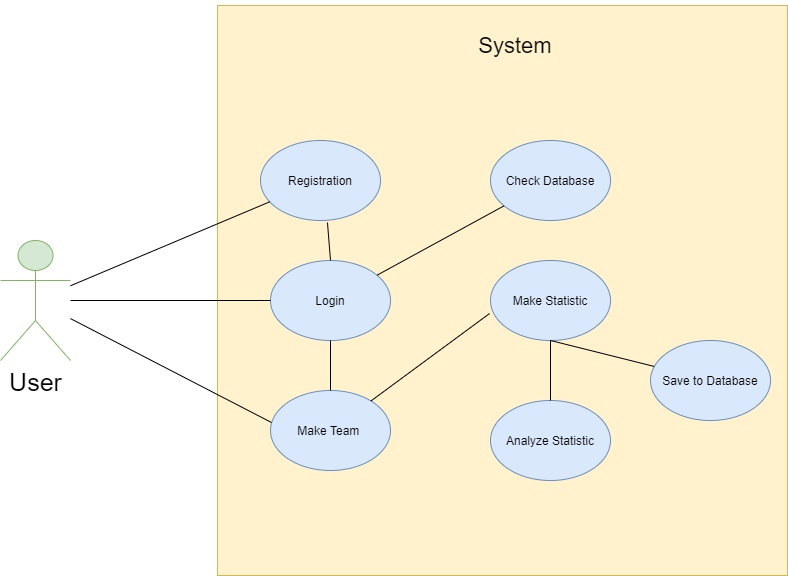
Above: DPU.png in BiM4Bush/Pracownia_Dyplomowa (draw.io), before the change. Source tidied: cells renumbered, new cells last; positions are measured from the earlier drawing's top-left corner, leaving out a move shared by most shapes. The source it was exported from:
```xml
<mxGraphModel>
  <root>
    <mxCell id="0" />
    <mxCell id="1" parent="0" />
    <mxCell id="2" style="whiteSpace=wrap;html=1;fillColor=#fff2cc;strokeColor=#d6b656;" parent="1" vertex="1">
      <mxGeometry x="217" y="5" width="570" height="570" as="geometry" />
    </mxCell>
    <mxCell id="3" value="&lt;font style=&quot;font-size: 25px&quot;&gt;User&lt;/font&gt;" style="shape=umlActor;verticalLabelPosition=bottom;verticalAlign=top;html=1;outlineConnect=0;fillColor=#d5e8d4;strokeColor=#82b366;" parent="1" vertex="1">
      <mxGeometry y="240" width="70" height="120" as="geometry" />
    </mxCell>
    <mxCell id="4" value="Registration" style="ellipse;whiteSpace=wrap;html=1;fillColor=#dae8fc;strokeColor=#6c8ebf;" parent="1" vertex="1">
      <mxGeometry x="260" y="140" width="120" height="80" as="geometry" />
    </mxCell>
    <mxCell id="5" value="Login" style="ellipse;whiteSpace=wrap;html=1;fillColor=#dae8fc;strokeColor=#6c8ebf;" parent="1" vertex="1">
      <mxGeometry x="270" y="260" width="120" height="80" as="geometry" />
    </mxCell>
    <mxCell id="6" value="Check Database" style="ellipse;whiteSpace=wrap;html=1;fillColor=#dae8fc;strokeColor=#6c8ebf;" parent="1" vertex="1">
      <mxGeometry x="490" y="140" width="120" height="80" as="geometry" />
    </mxCell>
    <mxCell id="7" value="Make Team&amp;nbsp;" style="ellipse;whiteSpace=wrap;html=1;fillColor=#dae8fc;strokeColor=#6c8ebf;" parent="1" vertex="1">
      <mxGeometry x="270" y="390" width="120" height="80" as="geometry" />
    </mxCell>
    <mxCell id="8" value="Make Statistic" style="ellipse;whiteSpace=wrap;html=1;fillColor=#dae8fc;strokeColor=#6c8ebf;" parent="1" vertex="1">
      <mxGeometry x="490" y="260" width="120" height="80" as="geometry" />
    </mxCell>
    <mxCell id="9" value="Save to Database" style="ellipse;whiteSpace=wrap;html=1;fillColor=#dae8fc;strokeColor=#6c8ebf;" parent="1" vertex="1">
      <mxGeometry x="650" y="340" width="120" height="80" as="geometry" />
    </mxCell>
    <mxCell id="10" style="endArrow=none;html=1;" parent="1" edge="1" source="4" target="3">
      <mxGeometry relative="1" as="geometry" />
    </mxCell>
    <mxCell id="11" style="endArrow=none;html=1;" parent="1" edge="1" source="5" target="3">
      <mxGeometry relative="1" as="geometry" />
    </mxCell>
    <mxCell id="12" style="endArrow=none;html=1;exitX=0.008;exitY=0.4;exitDx=0;exitDy=0;exitPerimeter=0;" parent="1" edge="1" source="7" target="3">
      <mxGeometry relative="1" as="geometry" />
    </mxCell>
    <mxCell id="13" value="&lt;font style=&quot;font-size: 22px&quot;&gt;System&lt;/font&gt;" style="text;html=1;strokeColor=none;fillColor=none;align=center;verticalAlign=middle;whiteSpace=wrap;rounded=0;" parent="1" vertex="1">
      <mxGeometry x="440" width="150" height="90" as="geometry" />
    </mxCell>
    <mxCell id="14" style="endArrow=none;html=1;entryX=0.558;entryY=1.025;entryDx=0;entryDy=0;entryPerimeter=0;exitX=0.5;exitY=0;exitDx=0;exitDy=0;" parent="1" edge="1" source="5" target="4">
      <mxGeometry relative="1" as="geometry" />
    </mxCell>
    <mxCell id="15" style="endArrow=none;html=1;" parent="1" edge="1" source="7" target="5">
      <mxGeometry relative="1" as="geometry" />
    </mxCell>
    <mxCell id="16" style="endArrow=none;html=1;" parent="1" edge="1" source="5" target="6">
      <mxGeometry relative="1" as="geometry" />
    </mxCell>
    <mxCell id="17" style="endArrow=none;html=1;entryX=-0.008;entryY=0.663;entryDx=0;entryDy=0;entryPerimeter=0;" parent="1" edge="1" source="7" target="8">
      <mxGeometry relative="1" as="geometry" />
    </mxCell>
    <mxCell id="18" style="endArrow=none;html=1;entryX=0.5;entryY=1;entryDx=0;entryDy=0;" parent="1" edge="1" source="9" target="8">
      <mxGeometry relative="1" as="geometry" />
    </mxCell>
    <mxCell id="19" value="Analyze Statistic" style="ellipse;whiteSpace=wrap;html=1;fillColor=#dae8fc;strokeColor=#6c8ebf;" parent="1" vertex="1">
      <mxGeometry x="490" y="400" width="120" height="80" as="geometry" />
    </mxCell>
    <mxCell id="20" style="endArrow=none;html=1;entryX=0.5;entryY=1;entryDx=0;entryDy=0;" parent="1" edge="1" source="19" target="8">
      <mxGeometry relative="1" as="geometry" />
    </mxCell>
  </root>
</mxGraphModel>
```
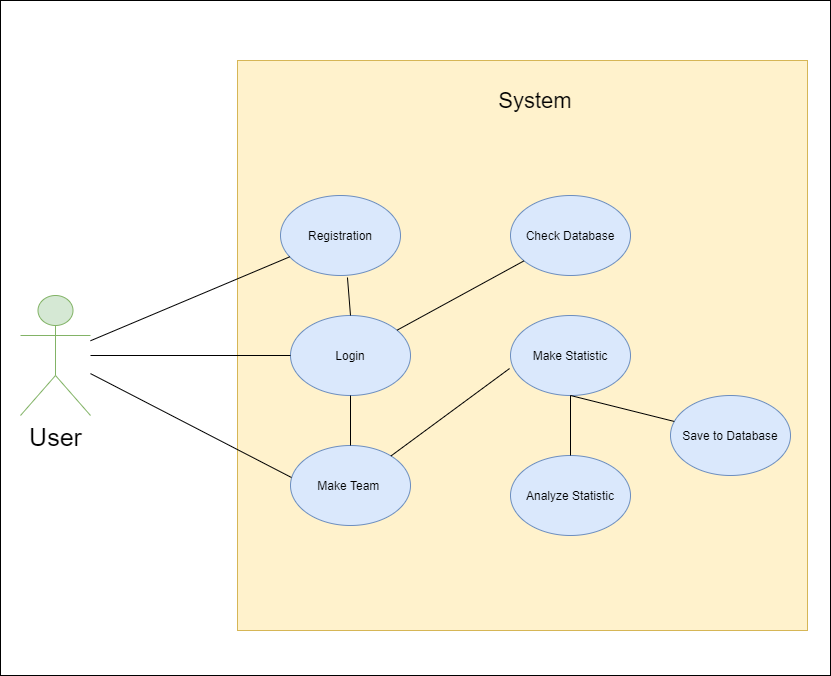
Later version of the same file.

Change to the diagram source:
```diff
@@ -2,6 +2,9 @@
   <root>
     <mxCell id="0" />
     <mxCell id="1" parent="0" />
+    <mxCell id="21" style="rounded=0;whiteSpace=wrap;html=1;" parent="1" vertex="1">
+      <mxGeometry x="-20" y="-55" width="830" height="675" as="geometry" />
+    </mxCell>
     <mxCell id="2" style="whiteSpace=wrap;html=1;fillColor=#fff2cc;strokeColor=#d6b656;" parent="1" vertex="1">
       <mxGeometry x="217" y="5" width="570" height="570" as="geometry" />
     </mxCell>
```
